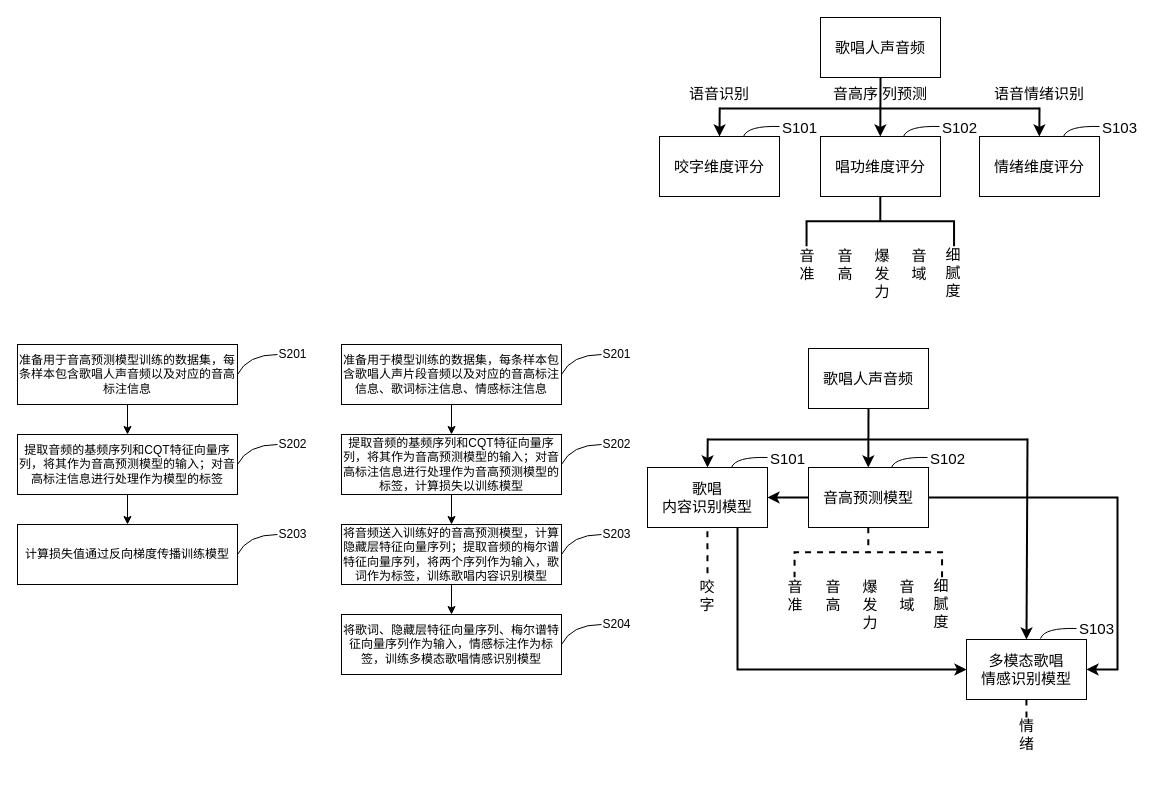
Before: 一种无参考的歌唱评价方法.drawio in Nian-Chen/drawio, a draw.io diagram. Source tidied: cells renumbered, new cells numbered last; positions are measured from the earlier drawing's top-left corner, leaving out a move shared by most shapes. Both pictures are drawn from the tidied source at 100%, with x=0, y=0 at pixel (17, 17).
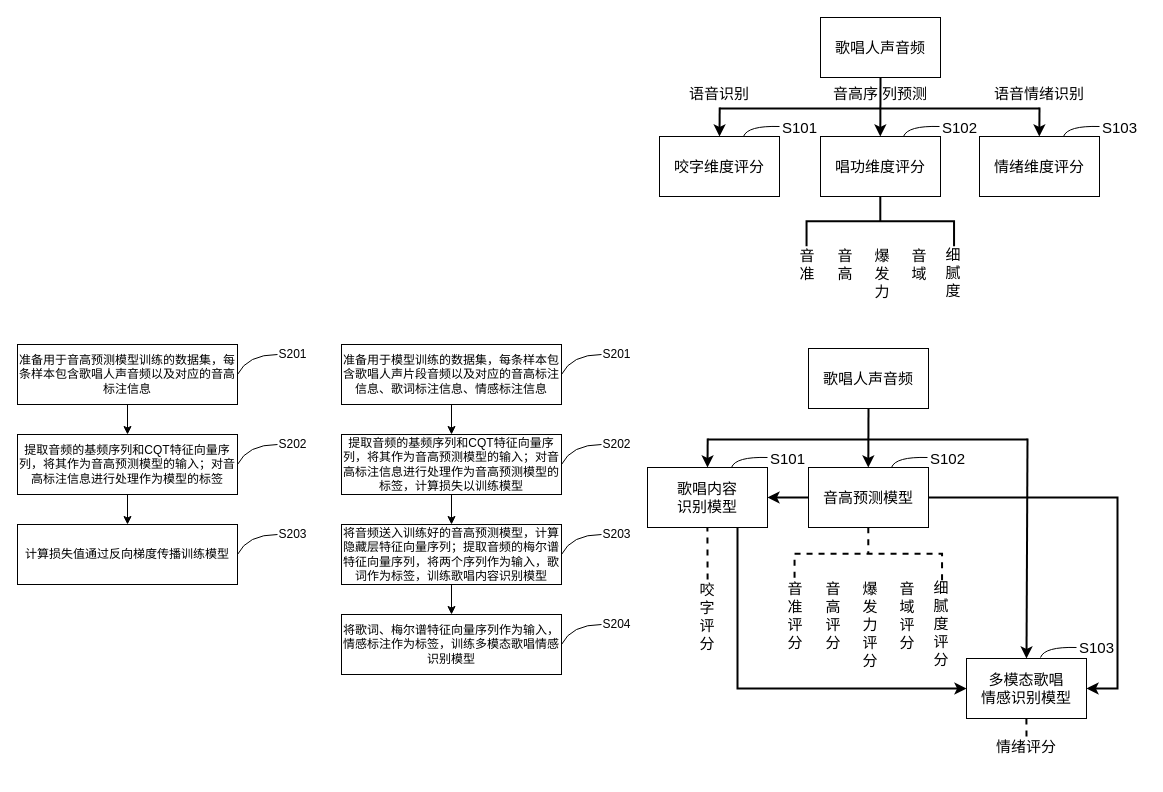
The same page after the edit.

Commit message:
更新一种无参考的歌唱评价方法.drawio

The change refers to these unchanged cells:
```xml
<mxCell id="42" value="音高预测模型" style="rounded=1;whiteSpace=wrap;html=1;fontSize=15;arcSize=0;" parent="1" vertex="1">
  <mxGeometry x="791" y="450" width="120" height="60" as="geometry" />
</mxCell>
```

Change to the diagram source:
```diff
@@
-    <mxCell id="39" value="歌唱&lt;div&gt;&lt;span style=&quot;background-color: initial;&quot;&gt;内容识别模型&lt;/span&gt;&lt;/div&gt;" style="rounded=1;whiteSpace=wrap;html=1;fontSize=15;arcSize=0;" parent="1" vertex="1">
+    <mxCell id="39" value="歌唱&lt;span style=&quot;background-color: initial;&quot;&gt;内容&lt;/span&gt;&lt;div&gt;&lt;span style=&quot;background-color: initial;&quot;&gt;识别模型&lt;/span&gt;&lt;/div&gt;" style="rounded=1;whiteSpace=wrap;html=1;fontSize=15;arcSize=0;" parent="1" vertex="1">
       <mxGeometry x="630" y="450" width="120" height="60" as="geometry" />
     </mxCell>
@@
     <mxCell id="41" style="edgeStyle=orthogonalEdgeStyle;rounded=0;jettySize=auto;html=1;exitX=1;exitY=0.5;exitDx=0;exitDy=0;strokeWidth=2;entryX=1;entryY=0.5;entryDx=0;entryDy=0;" parent="1" edge="1" source="42" target="43">
       <mxGeometry relative="1" as="geometry">
         <Array as="points">
           <mxPoint x="1100" y="480" />
-          <mxPoint x="1100" y="652" />
+          <mxPoint x="1100" y="671" />
         </Array>
       </mxGeometry>
     </mxCell>
@@
     <mxCell id="43" value="多模态歌唱&lt;div&gt;情感识别模型&lt;/div&gt;" style="rounded=1;whiteSpace=wrap;html=1;fontSize=15;arcSize=0;" parent="1" vertex="1">
-      <mxGeometry x="949" y="622" width="120" height="60" as="geometry" />
+      <mxGeometry x="949" y="641" width="120" height="60" as="geometry" />
     </mxCell>
@@
     <mxCell id="47" style="strokeWidth=2;html=1;shape=mxgraph.flowchart.annotation_2;align=left;labelPosition=right;rotation=90;dashed=1;" parent="1" vertex="1">
-      <mxGeometry x="825.8" y="461" width="50" height="147.5" as="geometry" />
+      <mxGeometry x="824.3" y="462.5" width="53" height="147.5" as="geometry" />
     </mxCell>
-    <mxCell id="48" value="音准" style="text;html=1;align=center;verticalAlign=middle;whiteSpace=wrap;rounded=0;fontSize=15;" parent="1" vertex="1">
-      <mxGeometry x="772.5" y="562.8" width="10" height="30" as="geometry" />
+    <mxCell id="48" value="音准&lt;div&gt;评分&lt;/div&gt;" style="text;html=1;align=center;verticalAlign=middle;whiteSpace=wrap;rounded=0;fontSize=15;" parent="1" vertex="1">
+      <mxGeometry x="772.5" y="582.8" width="10" height="30" as="geometry" />
     </mxCell>
-    <mxCell id="49" value="音高" style="text;html=1;align=center;verticalAlign=middle;whiteSpace=wrap;rounded=0;fontSize=15;" parent="1" vertex="1">
-      <mxGeometry x="810.5" y="562.8" width="10" height="30" as="geometry" />
+    <mxCell id="49" value="音高&lt;div&gt;评分&lt;/div&gt;" style="text;html=1;align=center;verticalAlign=middle;whiteSpace=wrap;rounded=0;fontSize=15;" parent="1" vertex="1">
+      <mxGeometry x="810.5" y="582.8" width="10" height="30" as="geometry" />
     </mxCell>
-    <mxCell id="50" value="音域" style="text;html=1;align=center;verticalAlign=middle;whiteSpace=wrap;rounded=0;fontSize=15;" parent="1" vertex="1">
-      <mxGeometry x="885" y="562.8" width="10" height="30" as="geometry" />
+    <mxCell id="50" value="音域&lt;div&gt;评分&lt;/div&gt;" style="text;html=1;align=center;verticalAlign=middle;whiteSpace=wrap;rounded=0;fontSize=15;" parent="1" vertex="1">
+      <mxGeometry x="885" y="582.8" width="10" height="30" as="geometry" />
     </mxCell>
-    <mxCell id="51" value="爆发力" style="text;html=1;align=center;verticalAlign=middle;whiteSpace=wrap;rounded=0;fontSize=15;" parent="1" vertex="1">
-      <mxGeometry x="847.8" y="571.8" width="10" height="30" as="geometry" />
+    <mxCell id="51" value="爆发力&lt;div&gt;评分&lt;/div&gt;" style="text;html=1;align=center;verticalAlign=middle;whiteSpace=wrap;rounded=0;fontSize=15;" parent="1" vertex="1">
+      <mxGeometry x="847.8" y="591.8" width="10" height="30" as="geometry" />
     </mxCell>
-    <mxCell id="52" value="细腻度" style="text;html=1;align=center;verticalAlign=middle;whiteSpace=wrap;rounded=0;fontSize=15;" parent="1" vertex="1">
-      <mxGeometry x="919" y="570.8" width="10" height="30" as="geometry" />
+    <mxCell id="52" value="细腻度&lt;div&gt;评分&lt;/div&gt;" style="text;html=1;align=center;verticalAlign=middle;whiteSpace=wrap;rounded=0;fontSize=15;" parent="1" vertex="1">
+      <mxGeometry x="919" y="590.8" width="10" height="30" as="geometry" />
     </mxCell>
@@
     <mxCell id="57" style="endArrow=none;html=1;curved=1;" parent="1" edge="1">
       <mxGeometry relative="1" as="geometry">
-        <mxPoint x="1023" y="621" as="sourcePoint" />
-        <mxPoint x="1059" y="611" as="targetPoint" />
+        <mxPoint x="1023" y="640" as="sourcePoint" />
+        <mxPoint x="1059" y="630" as="targetPoint" />
         <Array as="points">
-          <mxPoint x="1027" y="610" />
+          <mxPoint x="1027" y="629" />
         </Array>
       </mxGeometry>
     </mxCell>
     <mxCell id="58" value="S103" style="text;html=1;align=center;verticalAlign=middle;strokeColor=none;fillColor=none;fontSize=15;" parent="1" vertex="1">
-      <mxGeometry x="1052" y="596" width="53" height="30" as="geometry" />
+      <mxGeometry x="1052" y="615" width="53" height="30" as="geometry" />
     </mxCell>
     <mxCell id="59" style="endArrow=none;html=1;rounded=0;entryX=0.5;entryY=1;entryDx=0;entryDy=0;strokeWidth=2;dashed=1;" parent="1" edge="1">
       <mxGeometry relative="1" as="geometry">
-        <mxPoint x="690" y="555.8" as="sourcePoint" />
-        <mxPoint x="689.9" y="513.8" as="targetPoint" />
+        <mxPoint x="690.1" y="562" as="sourcePoint" />
+        <mxPoint x="689.9" y="510" as="targetPoint" />
       </mxGeometry>
     </mxCell>
-    <mxCell id="60" value="咬字" style="text;html=1;align=center;verticalAlign=middle;whiteSpace=wrap;rounded=0;fontSize=15;" parent="1" vertex="1">
-      <mxGeometry x="685" y="562.8" width="10" height="30" as="geometry" />
+    <mxCell id="60" value="咬字&lt;div&gt;评分&lt;/div&gt;" style="text;html=1;align=center;verticalAlign=middle;whiteSpace=wrap;rounded=0;fontSize=15;" parent="1" vertex="1">
+      <mxGeometry x="685" y="584" width="10" height="30" as="geometry" />
     </mxCell>
@@
-    <mxCell id="73" value="将歌词、隐藏层特征向量序列、梅尔谱特征向量序列作为输入，情感标注作为标签，训练多模态歌唱情感识别模型" style="rounded=0;whiteSpace=wrap;html=1;" parent="1" vertex="1">
+    <mxCell id="73" value="将歌词、梅尔谱特征向量序列作为输入，情感标注作为标签，训练多模态歌唱情感识别模型" style="rounded=0;whiteSpace=wrap;html=1;" parent="1" vertex="1">
       <mxGeometry x="324" y="597" width="220" height="60" as="geometry" />
     </mxCell>
@@
     <mxCell id="76" style="endArrow=none;html=1;rounded=0;entryX=0.5;entryY=1;entryDx=0;entryDy=0;strokeWidth=2;dashed=1;" parent="1" edge="1">
       <mxGeometry relative="1" as="geometry">
-        <mxPoint x="1009" y="700" as="sourcePoint" />
-        <mxPoint x="1008.9" y="681" as="targetPoint" />
+        <mxPoint x="1009" y="719" as="sourcePoint" />
+        <mxPoint x="1008.9" y="700" as="targetPoint" />
       </mxGeometry>
     </mxCell>
-    <mxCell id="77" value="情绪" style="text;html=1;align=center;verticalAlign=middle;whiteSpace=wrap;rounded=0;fontSize=15;" parent="1" vertex="1">
-      <mxGeometry x="998.5" y="689" width="21" height="56" as="geometry" />
+    <mxCell id="77" value="情绪评分" style="text;html=1;align=center;verticalAlign=middle;whiteSpace=wrap;rounded=0;fontSize=15;" parent="1" vertex="1">
+      <mxGeometry x="954" y="701" width="110" height="56" as="geometry" />
     </mxCell>
```
